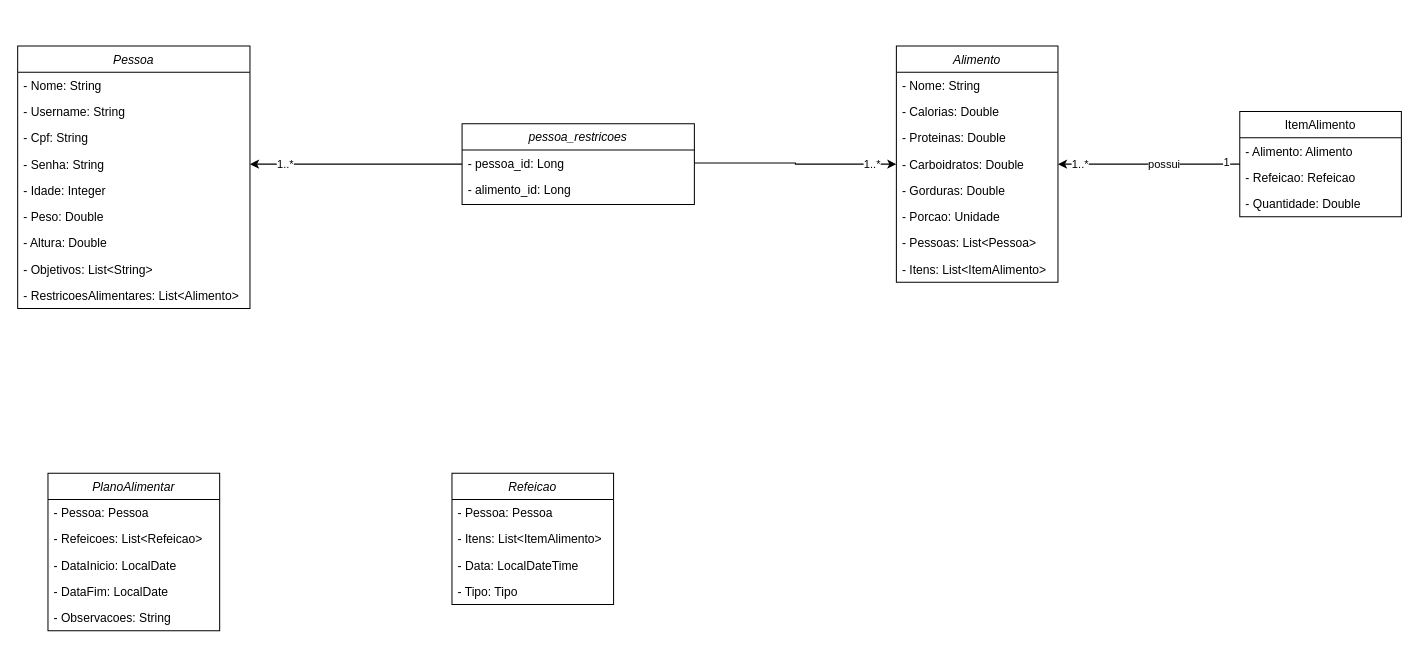
The draw.io diagram classe.drawio in EliasNote/nutri, before the edit. Source tidied: cells renumbered, new cells numbered last; positions are measured from the earlier drawing's top-left corner, leaving out a move shared by most shapes. Both pictures are drawn from the tidied source at 101%, with x=0, y=0 at pixel (17, 45).
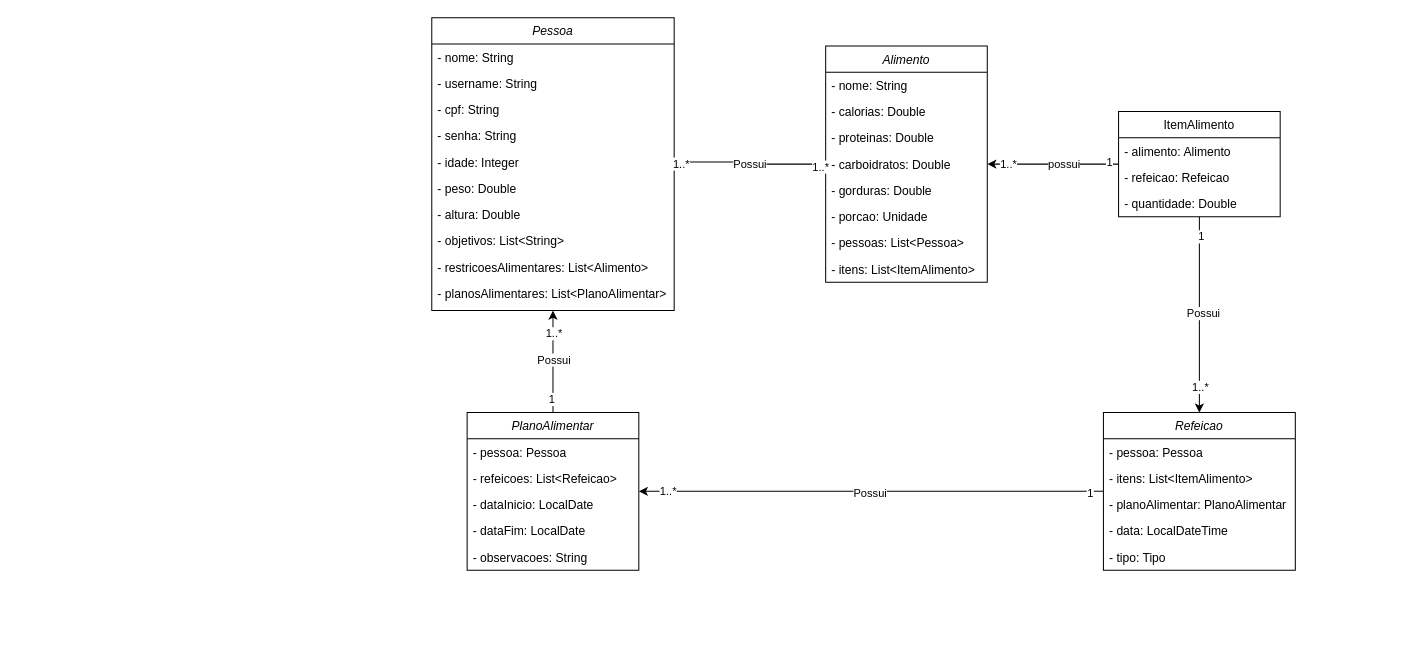
The same diagram, later.

Unchanged cells that the change refers to:
```xml
<mxCell id="11" style="edgeStyle=orthogonalEdgeStyle;shape=connector;rounded=0;jettySize=auto;html=1;entryX=1;entryY=0.5;entryDx=0;entryDy=0;strokeColor=default;align=center;verticalAlign=middle;fontFamily=Helvetica;fontSize=11;fontColor=default;labelBackgroundColor=default;endArrow=classic;" parent="1" edge="1" source="15" target="6">
  <mxGeometry relative="1" as="geometry" />
</mxCell>
```

What changed in the source:
```diff
@@
     <mxCell id="2" value="Alimento" style="swimlane;fontStyle=2;align=center;verticalAlign=top;horizontal=1;startSize=26;rounded=0;shadow=0;strokeWidth=1;" parent="1" vertex="1">
-      <mxGeometry x="870" width="160" height="234" as="geometry" />
+      <mxGeometry x="800" width="160" height="234" as="geometry" />
     </mxCell>
-    <mxCell id="3" value="- Nome: String" style="text;align=left;verticalAlign=top;spacingLeft=4;spacingRight=4;overflow=hidden;" parent="2" vertex="1">
+    <mxCell id="3" value="- nome: String" style="text;align=left;verticalAlign=top;spacingLeft=4;spacingRight=4;overflow=hidden;" parent="2" vertex="1">
       <mxGeometry y="26" width="160" height="26" as="geometry" />
     </mxCell>
-    <mxCell id="4" value="- Calorias: Double" style="text;align=left;verticalAlign=top;spacingLeft=4;spacingRight=4;overflow=hidden;rounded=0;shadow=0;html=0;" parent="2" vertex="1">
+    <mxCell id="4" value="- calorias: Double" style="text;align=left;verticalAlign=top;spacingLeft=4;spacingRight=4;overflow=hidden;rounded=0;shadow=0;html=0;" parent="2" vertex="1">
       <mxGeometry y="52" width="160" height="26" as="geometry" />
     </mxCell>
-    <mxCell id="5" value="- Proteinas: Double" style="text;align=left;verticalAlign=top;spacingLeft=4;spacingRight=4;overflow=hidden;rounded=0;shadow=0;html=0;" parent="2" vertex="1">
+    <mxCell id="5" value="- proteinas: Double" style="text;align=left;verticalAlign=top;spacingLeft=4;spacingRight=4;overflow=hidden;rounded=0;shadow=0;html=0;" parent="2" vertex="1">
       <mxGeometry y="78" width="160" height="26" as="geometry" />
     </mxCell>
-    <mxCell id="6" value="- Carboidratos: Double" style="text;align=left;verticalAlign=top;spacingLeft=4;spacingRight=4;overflow=hidden;points=[[0,0.5],[1,0.5]];portConstraint=eastwest;rounded=0;shadow=0;html=0;" parent="2" vertex="1">
+    <mxCell id="6" value="- carboidratos: Double" style="text;align=left;verticalAlign=top;spacingLeft=4;spacingRight=4;overflow=hidden;points=[[0,0.5],[1,0.5]];portConstraint=eastwest;rounded=0;shadow=0;html=0;" parent="2" vertex="1">
       <mxGeometry y="104" width="160" height="26" as="geometry" />
     </mxCell>
-    <mxCell id="7" value="- Gorduras: Double" style="text;align=left;verticalAlign=top;spacingLeft=4;spacingRight=4;overflow=hidden;rounded=0;shadow=0;html=0;" parent="2" vertex="1">
+    <mxCell id="7" value="- gorduras: Double" style="text;align=left;verticalAlign=top;spacingLeft=4;spacingRight=4;overflow=hidden;rounded=0;shadow=0;html=0;" parent="2" vertex="1">
       <mxGeometry y="130" width="160" height="26" as="geometry" />
     </mxCell>
-    <mxCell id="8" value="- Porcao: Unidade" style="text;align=left;verticalAlign=top;spacingLeft=4;spacingRight=4;overflow=hidden;rounded=0;shadow=0;html=0;" parent="2" vertex="1">
+    <mxCell id="8" value="- porcao: Unidade" style="text;align=left;verticalAlign=top;spacingLeft=4;spacingRight=4;overflow=hidden;rounded=0;shadow=0;html=0;" parent="2" vertex="1">
       <mxGeometry y="156" width="160" height="26" as="geometry" />
     </mxCell>
-    <mxCell id="9" value="- Pessoas: List&lt;Pessoa&gt;" style="text;align=left;verticalAlign=top;spacingLeft=4;spacingRight=4;overflow=hidden;rounded=0;shadow=0;html=0;" parent="2" vertex="1">
+    <mxCell id="9" value="- pessoas: List&lt;Pessoa&gt;" style="text;align=left;verticalAlign=top;spacingLeft=4;spacingRight=4;overflow=hidden;rounded=0;shadow=0;html=0;" parent="2" vertex="1">
       <mxGeometry y="182" width="160" height="26" as="geometry" />
     </mxCell>
-    <mxCell id="10" value="- Itens: List&lt;ItemAlimento&gt;" style="text;align=left;verticalAlign=top;spacingLeft=4;spacingRight=4;overflow=hidden;rounded=0;shadow=0;html=0;" parent="2" vertex="1">
+    <mxCell id="10" value="- itens: List&lt;ItemAlimento&gt;" style="text;align=left;verticalAlign=top;spacingLeft=4;spacingRight=4;overflow=hidden;rounded=0;shadow=0;html=0;" parent="2" vertex="1">
       <mxGeometry y="208" width="160" height="26" as="geometry" />
     </mxCell>
@@
     <mxCell id="13" value="1..*" style="edgeLabel;html=1;align=center;verticalAlign=middle;fontFamily=Helvetica;fontSize=11;fontColor=default;labelBackgroundColor=default;" parent="11" vertex="1">
-      <mxGeometry x="0.77" y="-1" relative="1" as="geometry" />
+      <mxGeometry x="0.77" y="-1" relative="1" as="geometry">
+        <mxPoint x="5" as="offset" />
+      </mxGeometry>
     </mxCell>
@@
+    <mxCell id="47" style="edgeStyle=orthogonalEdgeStyle;rounded=0;jettySize=auto;html=1;entryX=0.5;entryY=0;entryDx=0;entryDy=0;" parent="1" edge="1" source="15" target="35">
+      <mxGeometry relative="1" as="geometry" />
+    </mxCell>
+    <mxCell id="48" value="Possui" style="edgeLabel;html=1;align=center;verticalAlign=middle;" parent="47" vertex="1">
+      <mxGeometry x="-0.02" y="3" relative="1" as="geometry" />
+    </mxCell>
+    <mxCell id="49" value="1" style="edgeLabel;html=1;align=center;verticalAlign=middle;" parent="47" vertex="1">
+      <mxGeometry x="-0.8" y="1" relative="1" as="geometry" />
+    </mxCell>
+    <mxCell id="50" value="1..*" style="edgeLabel;html=1;align=center;verticalAlign=middle;" parent="47" vertex="1">
+      <mxGeometry x="0.73" relative="1" as="geometry" />
+    </mxCell>
     <mxCell id="15" value="ItemAlimento" style="swimlane;fontStyle=0;align=center;verticalAlign=top;horizontal=1;startSize=26;rounded=0;shadow=0;strokeWidth=1;" parent="1" vertex="1">
-      <mxGeometry x="1210" y="65" width="160" height="104" as="geometry" />
+      <mxGeometry x="1090" y="65" width="160" height="104" as="geometry" />
     </mxCell>
-    <mxCell id="16" value="- Alimento: Alimento" style="text;align=left;verticalAlign=top;spacingLeft=4;spacingRight=4;overflow=hidden;" parent="15" vertex="1">
+    <mxCell id="16" value="- alimento: Alimento" style="text;align=left;verticalAlign=top;spacingLeft=4;spacingRight=4;overflow=hidden;" parent="15" vertex="1">
       <mxGeometry y="26" width="160" height="26" as="geometry" />
     </mxCell>
-    <mxCell id="17" value="- Refeicao: Refeicao" style="text;align=left;verticalAlign=top;spacingLeft=4;spacingRight=4;overflow=hidden;rounded=0;shadow=0;html=0;" parent="15" vertex="1">
+    <mxCell id="17" value="- refeicao: Refeicao" style="text;align=left;verticalAlign=top;spacingLeft=4;spacingRight=4;overflow=hidden;rounded=0;shadow=0;html=0;" parent="15" vertex="1">
       <mxGeometry y="52" width="160" height="26" as="geometry" />
     </mxCell>
-    <mxCell id="18" value="- Quantidade: Double" style="text;align=left;verticalAlign=top;spacingLeft=4;spacingRight=4;overflow=hidden;rounded=0;shadow=0;html=0;" parent="15" vertex="1">
+    <mxCell id="18" value="- quantidade: Double" style="text;align=left;verticalAlign=top;spacingLeft=4;spacingRight=4;overflow=hidden;rounded=0;shadow=0;html=0;" parent="15" vertex="1">
       <mxGeometry y="78" width="160" height="26" as="geometry" />
     </mxCell>
     <mxCell id="19" value="Pessoa" style="swimlane;fontStyle=2;align=center;verticalAlign=top;horizontal=1;startSize=26;rounded=0;shadow=0;strokeWidth=1;" parent="1" vertex="1">
-      <mxGeometry width="230" height="260" as="geometry" />
+      <mxGeometry x="410" y="-28" width="240" height="290" as="geometry" />
     </mxCell>
-    <mxCell id="20" value="- Nome: String" style="text;align=left;verticalAlign=top;spacingLeft=4;spacingRight=4;overflow=hidden;" parent="19" vertex="1">
-      <mxGeometry y="26" width="230" height="26" as="geometry" />
+    <mxCell id="20" value="- nome: String" style="text;align=left;verticalAlign=top;spacingLeft=4;spacingRight=4;overflow=hidden;" parent="19" vertex="1">
+      <mxGeometry y="26" width="240" height="26" as="geometry" />
     </mxCell>
-    <mxCell id="21" value="- Username: String" style="text;align=left;verticalAlign=top;spacingLeft=4;spacingRight=4;overflow=hidden;rounded=0;shadow=0;html=0;" parent="19" vertex="1">
-      <mxGeometry y="52" width="230" height="26" as="geometry" />
+    <mxCell id="21" value="- username: String" style="text;align=left;verticalAlign=top;spacingLeft=4;spacingRight=4;overflow=hidden;rounded=0;shadow=0;html=0;" parent="19" vertex="1">
+      <mxGeometry y="52" width="240" height="26" as="geometry" />
     </mxCell>
-    <mxCell id="22" value="- Cpf: String" style="text;align=left;verticalAlign=top;spacingLeft=4;spacingRight=4;overflow=hidden;rounded=0;shadow=0;html=0;" parent="19" vertex="1">
-      <mxGeometry y="78" width="230" height="26" as="geometry" />
+    <mxCell id="22" value="- cpf: String" style="text;align=left;verticalAlign=top;spacingLeft=4;spacingRight=4;overflow=hidden;rounded=0;shadow=0;html=0;" parent="19" vertex="1">
+      <mxGeometry y="78" width="240" height="26" as="geometry" />
     </mxCell>
-    <mxCell id="23" value="- Senha: String" style="text;align=left;verticalAlign=top;spacingLeft=4;spacingRight=4;overflow=hidden;points=[[0,0.5],[1,0.5]];portConstraint=eastwest;rounded=0;shadow=0;html=0;" parent="19" vertex="1">
-      <mxGeometry y="104" width="230" height="26" as="geometry" />
+    <mxCell id="23" value="- senha: String" style="text;align=left;verticalAlign=top;spacingLeft=4;spacingRight=4;overflow=hidden;points=[[0,0.5],[1,0.5]];portConstraint=eastwest;rounded=0;shadow=0;html=0;" parent="19" vertex="1">
+      <mxGeometry y="104" width="240" height="26" as="geometry" />
     </mxCell>
-    <mxCell id="24" value="- Idade: Integer" style="text;align=left;verticalAlign=top;spacingLeft=4;spacingRight=4;overflow=hidden;points=[[0,0.5],[1,0.5]];portConstraint=eastwest;rounded=0;shadow=0;html=0;" parent="19" vertex="1">
-      <mxGeometry y="130" width="230" height="26" as="geometry" />
+    <mxCell id="24" value="- idade: Integer" style="text;align=left;verticalAlign=top;spacingLeft=4;spacingRight=4;overflow=hidden;points=[[0,0.5],[1,0.5]];portConstraint=eastwest;rounded=0;shadow=0;html=0;" parent="19" vertex="1">
+      <mxGeometry y="130" width="240" height="26" as="geometry" />
     </mxCell>
-    <mxCell id="25" value="- Peso: Double" style="text;align=left;verticalAlign=top;spacingLeft=4;spacingRight=4;overflow=hidden;rounded=0;shadow=0;html=0;" parent="19" vertex="1">
-      <mxGeometry y="156" width="230" height="26" as="geometry" />
+    <mxCell id="25" value="- peso: Double" style="text;align=left;verticalAlign=top;spacingLeft=4;spacingRight=4;overflow=hidden;rounded=0;shadow=0;html=0;" parent="19" vertex="1">
+      <mxGeometry y="156" width="240" height="26" as="geometry" />
     </mxCell>
-    <mxCell id="26" value="- Altura: Double" style="text;align=left;verticalAlign=top;spacingLeft=4;spacingRight=4;overflow=hidden;rounded=0;shadow=0;html=0;" parent="19" vertex="1">
-      <mxGeometry y="182" width="230" height="26" as="geometry" />
+    <mxCell id="26" value="- altura: Double" style="text;align=left;verticalAlign=top;spacingLeft=4;spacingRight=4;overflow=hidden;rounded=0;shadow=0;html=0;" parent="19" vertex="1">
+      <mxGeometry y="182" width="240" height="26" as="geometry" />
     </mxCell>
-    <mxCell id="27" value="- Objetivos: List&lt;String&gt;" style="text;align=left;verticalAlign=top;spacingLeft=4;spacingRight=4;overflow=hidden;rounded=0;shadow=0;html=0;" parent="19" vertex="1">
-      <mxGeometry y="208" width="230" height="26" as="geometry" />
+    <mxCell id="27" value="- objetivos: List&lt;String&gt;" style="text;align=left;verticalAlign=top;spacingLeft=4;spacingRight=4;overflow=hidden;rounded=0;shadow=0;html=0;" parent="19" vertex="1">
+      <mxGeometry y="208" width="240" height="26" as="geometry" />
     </mxCell>
-    <mxCell id="28" value="- RestricoesAlimentares: List&lt;Alimento&gt;" style="text;align=left;verticalAlign=top;spacingLeft=4;spacingRight=4;overflow=hidden;rounded=0;shadow=0;html=0;" parent="19" vertex="1">
-      <mxGeometry y="234" width="230" height="26" as="geometry" />
+    <mxCell id="28" value="- restricoesAlimentares: List&lt;Alimento&gt;" style="text;align=left;verticalAlign=top;spacingLeft=4;spacingRight=4;overflow=hidden;rounded=0;shadow=0;html=0;" parent="19" vertex="1">
+      <mxGeometry y="234" width="240" height="26" as="geometry" />
     </mxCell>
+    <mxCell id="51" value="- planosAlimentares: List&lt;PlanoAlimentar&gt;" style="text;align=left;verticalAlign=top;spacingLeft=4;spacingRight=4;overflow=hidden;rounded=0;shadow=0;html=0;" parent="19" vertex="1">
+      <mxGeometry y="260" width="240" height="26" as="geometry" />
+    </mxCell>
+    <mxCell id="52" style="edgeStyle=orthogonalEdgeStyle;shape=connector;rounded=0;jettySize=auto;html=1;strokeColor=default;align=center;verticalAlign=middle;fontFamily=Helvetica;fontSize=11;fontColor=default;labelBackgroundColor=default;endArrow=classic;entryX=0.5;entryY=1;entryDx=0;entryDy=0;" parent="1" edge="1" source="29" target="19">
+      <mxGeometry relative="1" as="geometry" />
+    </mxCell>
+    <mxCell id="53" value="1" style="edgeLabel;html=1;align=center;verticalAlign=middle;" parent="52" vertex="1">
+      <mxGeometry x="-0.73" y="2" relative="1" as="geometry" />
+    </mxCell>
+    <mxCell id="54" value="Possui" style="edgeLabel;html=1;align=center;verticalAlign=middle;" parent="52" vertex="1">
+      <mxGeometry x="0.05" relative="1" as="geometry" />
+    </mxCell>
+    <mxCell id="55" value="1..*" style="edgeLabel;html=1;align=center;verticalAlign=middle;" parent="52" vertex="1">
+      <mxGeometry x="0.57" relative="1" as="geometry" />
+    </mxCell>
     <mxCell id="29" value="PlanoAlimentar" style="swimlane;fontStyle=2;align=center;verticalAlign=top;horizontal=1;startSize=26;rounded=0;shadow=0;strokeWidth=1;" parent="1" vertex="1">
-      <mxGeometry x="30" y="423" width="170" height="156" as="geometry" />
+      <mxGeometry x="445" y="363" width="170" height="156" as="geometry" />
     </mxCell>
-    <mxCell id="30" value="- Pessoa: Pessoa" style="text;align=left;verticalAlign=top;spacingLeft=4;spacingRight=4;overflow=hidden;" parent="29" vertex="1">
+    <mxCell id="30" value="- pessoa: Pessoa" style="text;align=left;verticalAlign=top;spacingLeft=4;spacingRight=4;overflow=hidden;" parent="29" vertex="1">
       <mxGeometry y="26" width="170" height="26" as="geometry" />
     </mxCell>
-    <mxCell id="31" value="- Refeicoes: List&lt;Refeicao&gt;" style="text;align=left;verticalAlign=top;spacingLeft=4;spacingRight=4;overflow=hidden;rounded=0;shadow=0;html=0;" parent="29" vertex="1">
+    <mxCell id="31" value="- refeicoes: List&lt;Refeicao&gt;" style="text;align=left;verticalAlign=top;spacingLeft=4;spacingRight=4;overflow=hidden;rounded=0;shadow=0;html=0;" parent="29" vertex="1">
       <mxGeometry y="52" width="170" height="26" as="geometry" />
     </mxCell>
-    <mxCell id="32" value="- DataInicio: LocalDate" style="text;align=left;verticalAlign=top;spacingLeft=4;spacingRight=4;overflow=hidden;rounded=0;shadow=0;html=0;" parent="29" vertex="1">
+    <mxCell id="32" value="- dataInicio: LocalDate" style="text;align=left;verticalAlign=top;spacingLeft=4;spacingRight=4;overflow=hidden;rounded=0;shadow=0;html=0;" parent="29" vertex="1">
       <mxGeometry y="78" width="170" height="26" as="geometry" />
     </mxCell>
-    <mxCell id="33" value="- DataFim: LocalDate" style="text;align=left;verticalAlign=top;spacingLeft=4;spacingRight=4;overflow=hidden;rounded=0;shadow=0;html=0;" parent="29" vertex="1">
+    <mxCell id="33" value="- dataFim: LocalDate" style="text;align=left;verticalAlign=top;spacingLeft=4;spacingRight=4;overflow=hidden;rounded=0;shadow=0;html=0;" parent="29" vertex="1">
       <mxGeometry y="104" width="170" height="26" as="geometry" />
     </mxCell>
-    <mxCell id="34" value="- Observacoes: String" style="text;align=left;verticalAlign=top;spacingLeft=4;spacingRight=4;overflow=hidden;rounded=0;shadow=0;html=0;" parent="29" vertex="1">
+    <mxCell id="34" value="- observacoes: String" style="text;align=left;verticalAlign=top;spacingLeft=4;spacingRight=4;overflow=hidden;rounded=0;shadow=0;html=0;" parent="29" vertex="1">
       <mxGeometry y="130" width="170" height="26" as="geometry" />
     </mxCell>
+    <mxCell id="56" style="edgeStyle=orthogonalEdgeStyle;rounded=0;jettySize=auto;html=1;" parent="1" edge="1" source="35" target="29">
+      <mxGeometry relative="1" as="geometry" />
+    </mxCell>
+    <mxCell id="57" value="Possui" style="edgeLabel;html=1;align=center;verticalAlign=middle;" parent="56" vertex="1">
+      <mxGeometry x="0.01" y="1" relative="1" as="geometry" />
+    </mxCell>
+    <mxCell id="58" value="1..*" style="edgeLabel;html=1;align=center;verticalAlign=middle;" parent="56" vertex="1">
+      <mxGeometry x="0.88" y="-1" relative="1" as="geometry" />
+    </mxCell>
+    <mxCell id="59" value="1" style="edgeLabel;html=1;align=center;verticalAlign=middle;" parent="56" vertex="1">
+      <mxGeometry x="-0.94" y="1" relative="1" as="geometry" />
+    </mxCell>
     <mxCell id="35" value="Refeicao" style="swimlane;fontStyle=2;align=center;verticalAlign=top;horizontal=1;startSize=26;rounded=0;shadow=0;strokeWidth=1;" parent="1" vertex="1">
-      <mxGeometry x="430" y="423" width="160" height="130" as="geometry" />
+      <mxGeometry x="1075" y="363" width="190" height="156" as="geometry" />
     </mxCell>
-    <mxCell id="36" value="- Pessoa: Pessoa" style="text;align=left;verticalAlign=top;spacingLeft=4;spacingRight=4;overflow=hidden;" parent="35" vertex="1">
-      <mxGeometry y="26" width="160" height="26" as="geometry" />
+    <mxCell id="36" value="- pessoa: Pessoa" style="text;align=left;verticalAlign=top;spacingLeft=4;spacingRight=4;overflow=hidden;" parent="35" vertex="1">
+      <mxGeometry y="26" width="190" height="26" as="geometry" />
     </mxCell>
-    <mxCell id="37" value="- Itens: List&lt;ItemAlimento&gt;" style="text;align=left;verticalAlign=top;spacingLeft=4;spacingRight=4;overflow=hidden;rounded=0;shadow=0;html=0;" parent="35" vertex="1">
-      <mxGeometry y="52" width="160" height="26" as="geometry" />
+    <mxCell id="37" value="- itens: List&lt;ItemAlimento&gt;" style="text;align=left;verticalAlign=top;spacingLeft=4;spacingRight=4;overflow=hidden;rounded=0;shadow=0;html=0;" parent="35" vertex="1">
+      <mxGeometry y="52" width="190" height="26" as="geometry" />
     </mxCell>
+    <mxCell id="60" value="- planoAlimentar: PlanoAlimentar" style="text;align=left;verticalAlign=top;spacingLeft=4;spacingRight=4;overflow=hidden;rounded=0;shadow=0;html=0;" parent="35" vertex="1">
+      <mxGeometry y="78" width="190" height="26" as="geometry" />
+    </mxCell>
-    <mxCell id="38" value="- Data: LocalDateTime" style="text;align=left;verticalAlign=top;spacingLeft=4;spacingRight=4;overflow=hidden;rounded=0;shadow=0;html=0;" parent="35" vertex="1">
-      <mxGeometry y="78" width="160" height="26" as="geometry" />
+    <mxCell id="38" value="- data: LocalDateTime" style="text;align=left;verticalAlign=top;spacingLeft=4;spacingRight=4;overflow=hidden;rounded=0;shadow=0;html=0;" parent="35" vertex="1">
+      <mxGeometry y="104" width="190" height="26" as="geometry" />
     </mxCell>
-    <mxCell id="39" value="- Tipo: Tipo" style="text;align=left;verticalAlign=top;spacingLeft=4;spacingRight=4;overflow=hidden;rounded=0;shadow=0;html=0;" parent="35" vertex="1">
-      <mxGeometry y="104" width="160" height="26" as="geometry" />
+    <mxCell id="39" value="- tipo: Tipo" style="text;align=left;verticalAlign=top;spacingLeft=4;spacingRight=4;overflow=hidden;rounded=0;shadow=0;html=0;" parent="35" vertex="1">
+      <mxGeometry y="130" width="190" height="26" as="geometry" />
     </mxCell>
-    <mxCell id="40" style="edgeStyle=orthogonalEdgeStyle;shape=connector;rounded=0;jettySize=auto;html=1;entryX=1;entryY=0.5;entryDx=0;entryDy=0;strokeColor=default;align=center;verticalAlign=middle;fontFamily=Helvetica;fontSize=11;fontColor=default;labelBackgroundColor=default;endArrow=classic;" parent="1" edge="1" source="42" target="23">
-      <mxGeometry relative="1" as="geometry" />
-    </mxCell>
-    <mxCell id="41" value="1..*" style="edgeLabel;html=1;align=center;verticalAlign=middle;fontFamily=Helvetica;fontSize=11;fontColor=default;labelBackgroundColor=default;" parent="40" vertex="1">
-      <mxGeometry x="0.67" y="-1" relative="1" as="geometry">
-        <mxPoint x="-1" as="offset" />
-      </mxGeometry>
-    </mxCell>
-    <mxCell id="42" value="pessoa_restricoes" style="swimlane;fontStyle=2;align=center;verticalAlign=top;horizontal=1;startSize=26;rounded=0;shadow=0;strokeWidth=1;" parent="1" vertex="1">
-      <mxGeometry x="440" y="77" width="230" height="80" as="geometry" />
-    </mxCell>
-    <mxCell id="43" value="- pessoa_id: Long" style="text;align=left;verticalAlign=top;spacingLeft=4;spacingRight=4;overflow=hidden;points=[[0,0.5],[1,0.5]];portConstraint=eastwest;" parent="42" vertex="1">
-      <mxGeometry y="26" width="230" height="26" as="geometry" />
-    </mxCell>
-    <mxCell id="44" value="- alimento_id: Long" style="text;align=left;verticalAlign=top;spacingLeft=4;spacingRight=4;overflow=hidden;rounded=0;shadow=0;html=0;" parent="42" vertex="1">
-      <mxGeometry y="52" width="230" height="26" as="geometry" />
-    </mxCell>
-    <mxCell id="45" style="edgeStyle=orthogonalEdgeStyle;shape=connector;rounded=0;jettySize=auto;html=1;entryX=0;entryY=0.5;entryDx=0;entryDy=0;strokeColor=default;align=center;verticalAlign=middle;fontFamily=Helvetica;fontSize=11;fontColor=default;labelBackgroundColor=default;endArrow=classic;" parent="1" edge="1" source="43" target="6">
-      <mxGeometry relative="1" as="geometry" />
-    </mxCell>
-    <mxCell id="46" value="1..*" style="edgeLabel;html=1;align=center;verticalAlign=middle;fontFamily=Helvetica;fontSize=11;fontColor=default;labelBackgroundColor=default;" parent="45" vertex="1">
-      <mxGeometry x="0.75" y="1" relative="1" as="geometry" />
-    </mxCell>
+    <mxCell id="61" style="endArrow=none;html=1;rounded=0;strokeColor=default;align=center;verticalAlign=middle;fontFamily=Helvetica;fontSize=11;fontColor=default;labelBackgroundColor=default;edgeStyle=orthogonalEdgeStyle;exitX=1;exitY=0.5;exitDx=0;exitDy=0;entryX=0;entryY=0.5;entryDx=0;entryDy=0;" parent="1" edge="1" source="24" target="6">
+      <mxGeometry relative="1" as="geometry" />
+    </mxCell>
+    <mxCell id="62" value="Possui" style="edgeLabel;html=1;align=center;verticalAlign=middle;fontFamily=Helvetica;fontSize=11;fontColor=default;labelBackgroundColor=default;" parent="61" vertex="1">
+      <mxGeometry y="-1" relative="1" as="geometry" />
+    </mxCell>
+    <mxCell id="63" value="1..*" style="edgeLabel;html=1;align=center;verticalAlign=middle;fontFamily=Helvetica;fontSize=11;fontColor=default;labelBackgroundColor=default;" parent="61" vertex="1">
+      <mxGeometry x="-0.92" y="-1" relative="1" as="geometry" />
+    </mxCell>
+    <mxCell id="64" value="1..*" style="edgeLabel;html=1;align=center;verticalAlign=middle;fontFamily=Helvetica;fontSize=11;fontColor=default;labelBackgroundColor=default;" parent="61" vertex="1">
+      <mxGeometry x="0.92" y="-2" relative="1" as="geometry" />
+    </mxCell>
```
